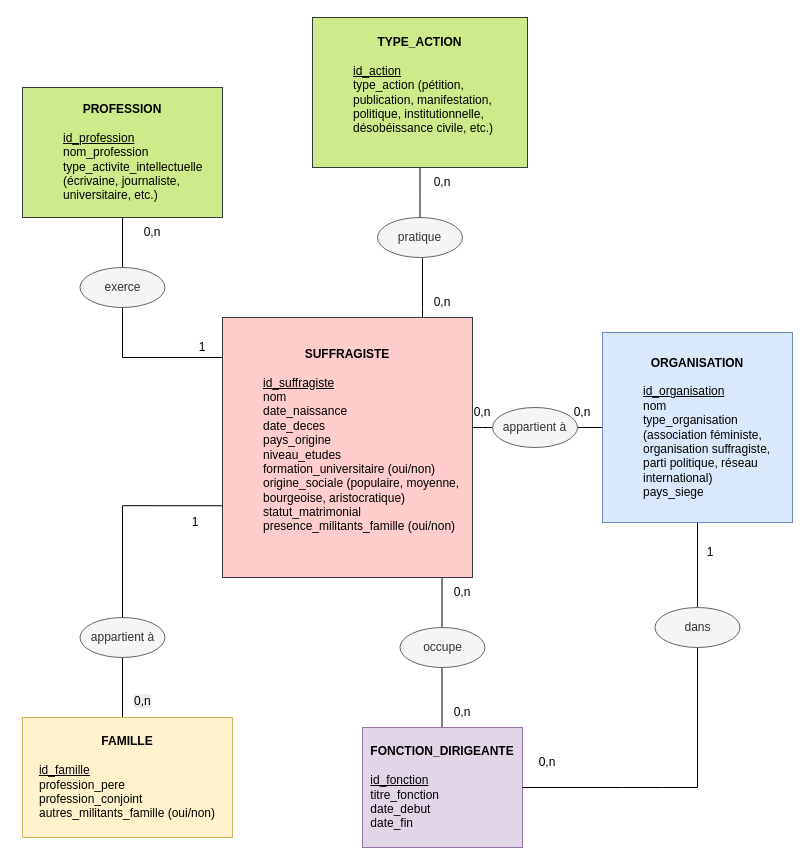
Cecile2109/Suffragettes keeps this draw.io diagram as documentation/Modele_conceptuel.drawio. Above is the earlier version. Source tidied: cells renumbered, new cells numbered last; positions are measured from the earlier drawing's top-left corner, leaving out a move shared by most shapes. Both pictures are drawn from the tidied source at 100%, with x=0, y=0 at pixel (22, 17).
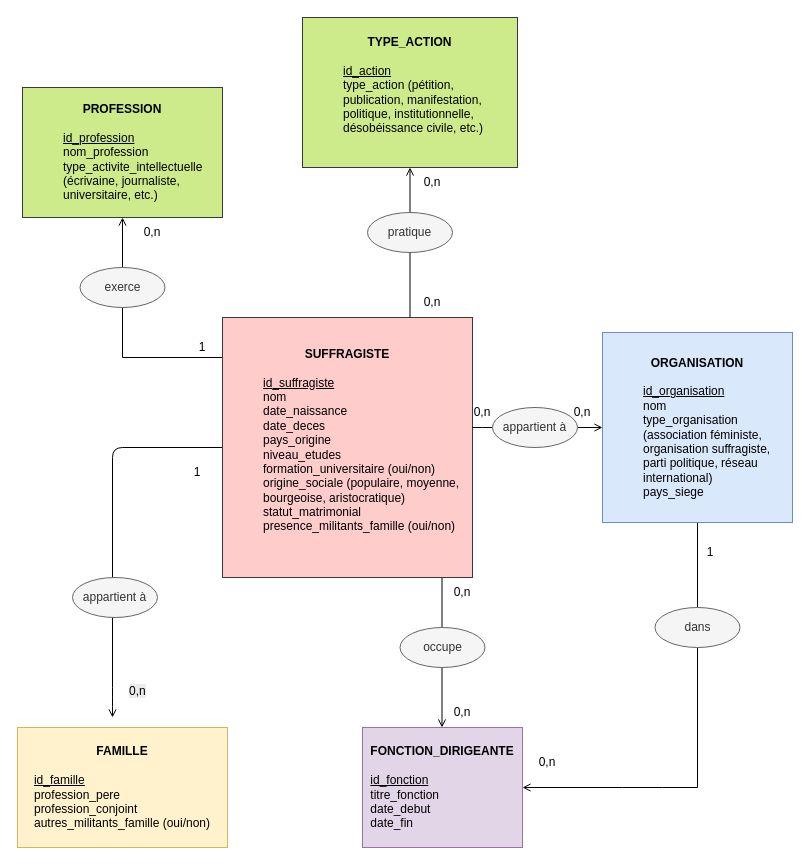
The same page after the edit.

Commit message (it also covers changes not shown here):
Modif. Modèle conceptuel

Unchanged cells that the change refers to:
```xml
<mxCell id="6" value="&lt;div&gt;&lt;b style=&quot;color: light-dark(rgb(0, 0, 0), rgb(255, 255, 255)); background-color: rgb(255, 204, 204);&quot;&gt;SUFFRAGISTE&lt;/b&gt;&lt;/div&gt;&lt;div&gt;&lt;div style=&quot;&quot;&gt;&lt;b style=&quot;text-align: left; background-color: transparent; color: light-dark(rgb(0, 0, 0), rgb(255, 255, 255));&quot;&gt;&lt;u&gt;&lt;br&gt;&lt;/u&gt;&lt;/b&gt;&lt;/div&gt;&lt;/div&gt;&lt;blockquote style=&quot;margin: 0px 0px 0px 40px; border-width: medium; border-style: none; border-color: currentcolor; border-image: none; padding: 0px;&quot;&gt;&lt;div&gt;&lt;div style=&quot;text-align: left;&quot;&gt;&lt;span style=&quot;color: light-dark(rgb(0, 0, 0), rgb(255, 255, 255));&quot;&gt;&lt;u style=&quot;&quot;&gt;id&lt;span style=&quot;background-color: rgb(255, 204, 204);&quot;&gt;_suffragiste&lt;/span&gt;&lt;/u&gt;&lt;/span&gt;&lt;/div&gt;&lt;/div&gt;&lt;/blockquote&gt;&lt;blockquote style=&quot;margin: 0px 0px 0px 40px; border-width: medium; border-style: none; border-color: currentcolor; border-image: none; padding: 0px;&quot;&gt;&lt;div&gt;&lt;div&gt;&lt;div style=&quot;text-align: left;&quot;&gt;&lt;span style=&quot;color: light-dark(rgb(0, 0, 0), rgb(255, 255, 255)); background-color: rgb(255, 204, 204);&quot;&gt;nom&lt;/span&gt;&lt;/div&gt;&lt;/div&gt;&lt;/div&gt;&lt;div&gt;&lt;div&gt;&lt;div style=&quot;text-align: left;&quot;&gt;&lt;span style=&quot;color: light-dark(rgb(0, 0, 0), rgb(255, 255, 255)); background-color: rgb(255, 204, 204);&quot;&gt;date_naissance&lt;/span&gt;&lt;/div&gt;&lt;/div&gt;&lt;/div&gt;&lt;div&gt;&lt;div&gt;&lt;div style=&quot;text-align: left;&quot;&gt;&lt;span style=&quot;color: light-dark(rgb(0, 0, 0), rgb(255, 255, 255)); background-color: rgb(255, 204, 204);&quot;&gt;date_deces&lt;/span&gt;&lt;/div&gt;&lt;/div&gt;&lt;/div&gt;&lt;div&gt;&lt;div&gt;&lt;div style=&quot;text-align: left;&quot;&gt;&lt;span style=&quot;color: light-dark(rgb(0, 0, 0), rgb(255, 255, 255)); background-color: rgb(255, 204, 204);&quot;&gt;pays_origine&lt;/span&gt;&lt;/div&gt;&lt;/div&gt;&lt;/div&gt;&lt;div&gt;&lt;div&gt;&lt;div style=&quot;text-align: left;&quot;&gt;&lt;span style=&quot;color: light-dark(rgb(0, 0, 0), rgb(255, 255, 255)); background-color: rgb(255, 204, 204);&quot;&gt;niveau_etudes&lt;/span&gt;&lt;/div&gt;&lt;/div&gt;&lt;/div&gt;&lt;div&gt;&lt;div&gt;&lt;div style=&quot;text-align: left;&quot;&gt;&lt;span style=&quot;color: light-dark(rgb(0, 0, 0), rgb(255, 255, 255)); background-color: rgb(255, 204, 204);&quot;&gt;formation_universitaire (oui/non)&lt;/span&gt;&lt;/div&gt;&lt;/div&gt;&lt;/div&gt;&lt;div&gt;&lt;div&gt;&lt;div style=&quot;text-align: left;&quot;&gt;&lt;span style=&quot;color: light-dark(rgb(0, 0, 0), rgb(255, 255, 255)); background-color: rgb(255, 204, 204);&quot;&gt;origine_sociale (populaire, moyenne, bourgeoise, aristocratique)&lt;/span&gt;&lt;/div&gt;&lt;/div&gt;&lt;/div&gt;&lt;div&gt;&lt;div&gt;&lt;div style=&quot;text-align: left;&quot;&gt;&lt;span style=&quot;color: light-dark(rgb(0, 0, 0), rgb(255, 255, 255)); background-color: rgb(255, 204, 204);&quot;&gt;statut_matrimonial&lt;/span&gt;&lt;/div&gt;&lt;/div&gt;&lt;/div&gt;&lt;div&gt;&lt;div&gt;&lt;div style=&quot;text-align: left;&quot;&gt;&lt;span style=&quot;color: light-dark(rgb(0, 0, 0), rgb(255, 255, 255)); background-color: rgb(255, 204, 204);&quot;&gt;presence_militants_famille (oui/non)&lt;/span&gt;&lt;/div&gt;&lt;/div&gt;&lt;/div&gt;&lt;/blockquote&gt;&lt;div&gt;&lt;div style=&quot;&quot;&gt;&lt;b&gt;&lt;br&gt;&lt;/b&gt;&lt;/div&gt;&lt;/div&gt;" style="rounded=0;whiteSpace=wrap;html=1;fillColor=#ffcccc;strokeColor=#36393d;" parent="1" vertex="1">
  <mxGeometry x="200" y="300" width="250" height="260" as="geometry" />
</mxCell>
<mxCell id="8" value="&lt;b&gt;ORGANISATION&lt;/b&gt;&lt;div&gt;&lt;br&gt;&lt;/div&gt;&lt;blockquote style=&quot;margin: 0px 0px 0px 40px; border-width: medium; border-style: none; border-color: currentcolor; border-image: none; padding: 0px;&quot;&gt;&lt;div style=&quot;text-align: left;&quot;&gt;&lt;u&gt;id_organisation&lt;/u&gt;&lt;/div&gt;&lt;div style=&quot;text-align: left;&quot;&gt;nom&lt;/div&gt;&lt;div style=&quot;text-align: left;&quot;&gt;type_organisation (association féministe, organisation suffragiste, parti politique, réseau international)&lt;/div&gt;&lt;div style=&quot;text-align: left;&quot;&gt;pays_siege&lt;/div&gt;&lt;/blockquote&gt;" style="whiteSpace=wrap;html=1;rounded=0;fillColor=#dae8fc;strokeColor=#6c8ebf;" parent="1" vertex="1">
  <mxGeometry x="580" y="315" width="190" height="190" as="geometry" />
</mxCell>
<mxCell id="10" value="&lt;b&gt;PROFESSION&lt;/b&gt;&lt;div&gt;&lt;br&gt;&lt;/div&gt;&lt;blockquote style=&quot;margin: 0px 0px 0px 40px; border-width: medium; border-style: none; border-color: currentcolor; border-image: none; padding: 0px;&quot;&gt;&lt;div style=&quot;text-align: left;&quot;&gt;&lt;u&gt;id_profession&lt;/u&gt;&lt;/div&gt;&lt;div style=&quot;text-align: left;&quot;&gt;nom_profession&lt;/div&gt;&lt;div style=&quot;text-align: left;&quot;&gt;type_activite_intellectuelle (écrivaine, journaliste, universitaire, etc.)&lt;/div&gt;&lt;/blockquote&gt;" style="whiteSpace=wrap;html=1;rounded=0;fillColor=#cdeb8b;strokeColor=#36393d;" parent="1" vertex="1">
  <mxGeometry y="70" width="200" height="130" as="geometry" />
</mxCell>
<mxCell id="13" value="&lt;b&gt;FONCTION_DIRIGEANTE&lt;/b&gt;&lt;div&gt;&lt;br&gt;&lt;/div&gt;&lt;div style=&quot;text-align: left;&quot;&gt;&lt;u&gt;id_fonction&lt;/u&gt;&lt;/div&gt;&lt;div style=&quot;text-align: left;&quot;&gt;titre_fonction&lt;/div&gt;&lt;div style=&quot;text-align: left;&quot;&gt;date_debut&lt;/div&gt;&lt;div style=&quot;text-align: left;&quot;&gt;date_fin&lt;/div&gt;" style="whiteSpace=wrap;html=1;rounded=0;fillColor=#e1d5e7;strokeColor=#9673a6;" parent="1" vertex="1">
  <mxGeometry x="340" y="710" width="160" height="120" as="geometry" />
</mxCell>
<mxCell id="20" value="appartient à" style="ellipse;whiteSpace=wrap;html=1;fillColor=#f5f5f5;fontColor=#333333;strokeColor=#666666;" parent="1" vertex="1">
  <mxGeometry x="470" y="390" width="85" height="40" as="geometry" />
</mxCell>
```

Diff of the diagram source:
```diff
@@
-    <mxCell id="2" style="edgeStyle=orthogonalEdgeStyle;rounded=0;jettySize=auto;html=1;endArrow=none;endFill=0;" parent="1" edge="1" source="20" target="8">
-      <mxGeometry relative="1" as="geometry" />
+    <mxCell id="2" style="edgeStyle=orthogonalEdgeStyle;rounded=0;jettySize=auto;html=1;endArrow=open;endFill=0;" parent="1" edge="1" source="20" target="8">
+      <mxGeometry x="0.53" relative="1" as="geometry" />
     </mxCell>
-    <mxCell id="3" style="edgeStyle=orthogonalEdgeStyle;rounded=0;jettySize=auto;html=1;exitX=0.004;exitY=0.724;exitDx=0;exitDy=0;exitPerimeter=0;endArrow=none;endFill=0;" parent="1" edge="1" source="6">
-      <mxGeometry relative="1" as="geometry">
-        <mxPoint x="120" y="700" as="targetPoint" />
-        <Array as="points">
-          <mxPoint x="100" y="488" />
-          <mxPoint x="100" y="700" />
-        </Array>
-      </mxGeometry>
-    </mxCell>
-    <mxCell id="4" style="edgeStyle=orthogonalEdgeStyle;rounded=0;jettySize=auto;html=1;endArrow=none;endFill=0;" parent="1" edge="1" source="6" target="10">
+    <mxCell id="4" style="edgeStyle=orthogonalEdgeStyle;rounded=0;jettySize=auto;html=1;endArrow=open;endFill=0;" parent="1" edge="1" source="6" target="10">
       <mxGeometry relative="1" as="geometry">
         <Array as="points">
           <mxPoint x="100" y="340" />
         </Array>
       </mxGeometry>
     </mxCell>
-    <mxCell id="5" style="edgeStyle=orthogonalEdgeStyle;rounded=0;orthogonalLoop=1;jettySize=auto;html=1;endArrow=none;endFill=0;" parent="1" edge="1">
+    <mxCell id="5" style="edgeStyle=orthogonalEdgeStyle;rounded=0;orthogonalLoop=1;jettySize=auto;html=1;endArrow=open;endFill=0;" parent="1" edge="1">
       <mxGeometry relative="1" as="geometry">
         <mxPoint x="419.5" y="540" as="sourcePoint" />
         <mxPoint x="419.5" y="710" as="targetPoint" />
         <Array as="points">
           <mxPoint x="419.5" y="610" />
           <mxPoint x="419.5" y="610" />
         </Array>
       </mxGeometry>
     </mxCell>
+    <mxCell id="36" style="edgeStyle=none;html=1;endArrow=open;endFill=0;" parent="1" edge="1" source="6">
+      <mxGeometry relative="1" as="geometry">
+        <mxPoint x="90" y="700" as="targetPoint" />
+        <Array as="points">
+          <mxPoint x="90" y="430" />
+          <mxPoint x="90" y="680" />
+        </Array>
+      </mxGeometry>
+    </mxCell>
@@
     <mxCell id="9" value="&lt;b&gt;FAMILLE&lt;/b&gt;&lt;div&gt;&lt;br&gt;&lt;/div&gt;&lt;u style=&quot;background-color: transparent; color: light-dark(rgb(0, 0, 0), rgb(255, 255, 255));&quot;&gt;&lt;div style=&quot;text-align: left;&quot;&gt;&lt;u style=&quot;background-color: transparent; color: light-dark(rgb(0, 0, 0), rgb(255, 255, 255));&quot;&gt;id_famille&lt;/u&gt;&lt;/div&gt;&lt;/u&gt;&lt;span style=&quot;background-color: transparent; color: light-dark(rgb(0, 0, 0), rgb(255, 255, 255));&quot;&gt;&lt;div style=&quot;text-align: left;&quot;&gt;&lt;span style=&quot;background-color: transparent; color: light-dark(rgb(0, 0, 0), rgb(255, 255, 255));&quot;&gt;profession_pere&lt;/span&gt;&lt;/div&gt;&lt;/span&gt;&lt;span style=&quot;background-color: transparent; color: light-dark(rgb(0, 0, 0), rgb(255, 255, 255));&quot;&gt;&lt;div style=&quot;text-align: left;&quot;&gt;&lt;span style=&quot;background-color: transparent; color: light-dark(rgb(0, 0, 0), rgb(255, 255, 255));&quot;&gt;profession_conjoint&lt;/span&gt;&lt;/div&gt;&lt;/span&gt;&lt;div&gt;&lt;div style=&quot;text-align: left;&quot;&gt;autres_militants_famille (oui/non)&lt;/div&gt;&lt;/div&gt;" style="whiteSpace=wrap;html=1;rounded=0;fillColor=#fff2cc;strokeColor=#d6b656;" parent="1" vertex="1">
-      <mxGeometry y="700" width="210" height="120" as="geometry" />
+      <mxGeometry x="-5" y="710" width="210" height="120" as="geometry" />
     </mxCell>
@@
-    <mxCell id="11" style="edgeStyle=orthogonalEdgeStyle;rounded=0;jettySize=auto;html=1;endArrow=none;endFill=0;" parent="1" edge="1" source="12">
-      <mxGeometry relative="1" as="geometry">
-        <mxPoint x="397.5" y="200" as="targetPoint" />
-      </mxGeometry>
-    </mxCell>
     <mxCell id="12" value="&lt;b&gt;TYPE_ACTION&lt;/b&gt;&lt;div&gt;&lt;br&gt;&lt;/div&gt;&lt;blockquote style=&quot;margin: 0 0 0 40px; border: none; padding: 0px;&quot;&gt;&lt;div style=&quot;text-align: left;&quot;&gt;&lt;u&gt;id_action&lt;/u&gt;&lt;/div&gt;&lt;div style=&quot;text-align: left;&quot;&gt;type_action (pétition, publication, manifestation, politique, institutionnelle, désobéissance civile, etc.)&lt;/div&gt;&lt;/blockquote&gt;&lt;div&gt;&lt;br&gt;&lt;/div&gt;" style="whiteSpace=wrap;html=1;rounded=0;fillColor=#cdeb8b;strokeColor=#36393d;" parent="1" vertex="1">
-      <mxGeometry x="290" width="215" height="150" as="geometry" />
+      <mxGeometry x="280" width="215" height="150" as="geometry" />
     </mxCell>
@@
-    <mxCell id="16" style="edgeStyle=orthogonalEdgeStyle;rounded=0;jettySize=auto;html=1;endArrow=none;endFill=0;" parent="1" edge="1" target="6">
-      <mxGeometry relative="1" as="geometry">
-        <mxPoint x="400" y="230" as="sourcePoint" />
-        <Array as="points">
-          <mxPoint x="400" y="290" />
-          <mxPoint x="400" y="290" />
-        </Array>
-      </mxGeometry>
-    </mxCell>
-    <mxCell id="17" style="edgeStyle=orthogonalEdgeStyle;rounded=0;jettySize=auto;html=1;endArrow=none;endFill=0;" parent="1" edge="1" target="13">
+    <mxCell id="17" style="edgeStyle=orthogonalEdgeStyle;rounded=0;jettySize=auto;html=1;endArrow=open;endFill=0;" parent="1" edge="1" target="13">
       <mxGeometry relative="1" as="geometry">
         <mxPoint x="640" y="770" as="sourcePoint" />
         <Array as="points">
           <mxPoint x="600" y="770" />
           <mxPoint x="600" y="770" />
         </Array>
       </mxGeometry>
     </mxCell>
@@
     <mxCell id="21" value="appartient à" style="ellipse;whiteSpace=wrap;html=1;fillColor=#f5f5f5;fontColor=#333333;strokeColor=#666666;" parent="1" vertex="1">
-      <mxGeometry x="57.5" y="600" width="85" height="40" as="geometry" />
+      <mxGeometry x="50" y="560" width="85" height="40" as="geometry" />
     </mxCell>
@@
-    <mxCell id="23" value="pratique" style="ellipse;whiteSpace=wrap;html=1;fillColor=#f5f5f5;fontColor=#333333;strokeColor=#666666;" parent="1" vertex="1">
-      <mxGeometry x="355" y="200" width="85" height="40" as="geometry" />
-    </mxCell>
     <mxCell id="24" value="0,n" style="text;html=1;whiteSpace=wrap;strokeColor=none;fillColor=none;align=center;verticalAlign=middle;rounded=0;" parent="1" vertex="1">
-      <mxGeometry x="390" y="270" width="60" height="30" as="geometry" />
+      <mxGeometry x="380" y="270" width="60" height="30" as="geometry" />
     </mxCell>
     <mxCell id="25" value="0,n" style="text;html=1;whiteSpace=wrap;strokeColor=none;fillColor=none;align=center;verticalAlign=middle;rounded=0;" parent="1" vertex="1">
-      <mxGeometry x="390" y="150" width="60" height="30" as="geometry" />
+      <mxGeometry x="380" y="150" width="60" height="30" as="geometry" />
     </mxCell>
@@
     <mxCell id="32" value="&lt;span style=&quot;color: rgb(0, 0, 0); font-family: Helvetica; font-size: 12px; font-style: normal; font-variant-ligatures: normal; font-variant-caps: normal; font-weight: 400; letter-spacing: normal; orphans: 2; text-align: center; text-indent: 0px; text-transform: none; widows: 2; word-spacing: 0px; -webkit-text-stroke-width: 0px; white-space: normal; background-color: rgb(236, 236, 236); text-decoration-thickness: initial; text-decoration-style: initial; text-decoration-color: initial; display: inline !important; float: none;&quot;&gt;0,n&lt;/span&gt;" style="text;whiteSpace=wrap;html=1;" parent="1" vertex="1">
-      <mxGeometry x="110" y="670" width="50" height="40" as="geometry" />
+      <mxGeometry x="105" y="660" width="50" height="40" as="geometry" />
     </mxCell>
     <mxCell id="33" value="1" style="text;html=1;whiteSpace=wrap;strokeColor=none;fillColor=none;align=center;verticalAlign=middle;rounded=0;" parent="1" vertex="1">
-      <mxGeometry x="142.5" y="490" width="60" height="30" as="geometry" />
+      <mxGeometry x="145" y="440" width="60" height="30" as="geometry" />
     </mxCell>
@@
+    <mxCell id="37" style="edgeStyle=none;html=1;entryX=0.75;entryY=0;entryDx=0;entryDy=0;endArrow=none;endFill=0;" parent="1" edge="1" source="23" target="6">
+      <mxGeometry relative="1" as="geometry" />
+    </mxCell>
+    <mxCell id="38" style="edgeStyle=none;html=1;endArrow=open;endFill=0;" parent="1" edge="1" source="23" target="12">
+      <mxGeometry relative="1" as="geometry" />
+    </mxCell>
+    <mxCell id="23" value="pratique" style="ellipse;whiteSpace=wrap;html=1;fillColor=#f5f5f5;fontColor=#333333;strokeColor=#666666;" parent="1" vertex="1">
+      <mxGeometry x="345" y="195" width="85" height="40" as="geometry" />
+    </mxCell>
```
